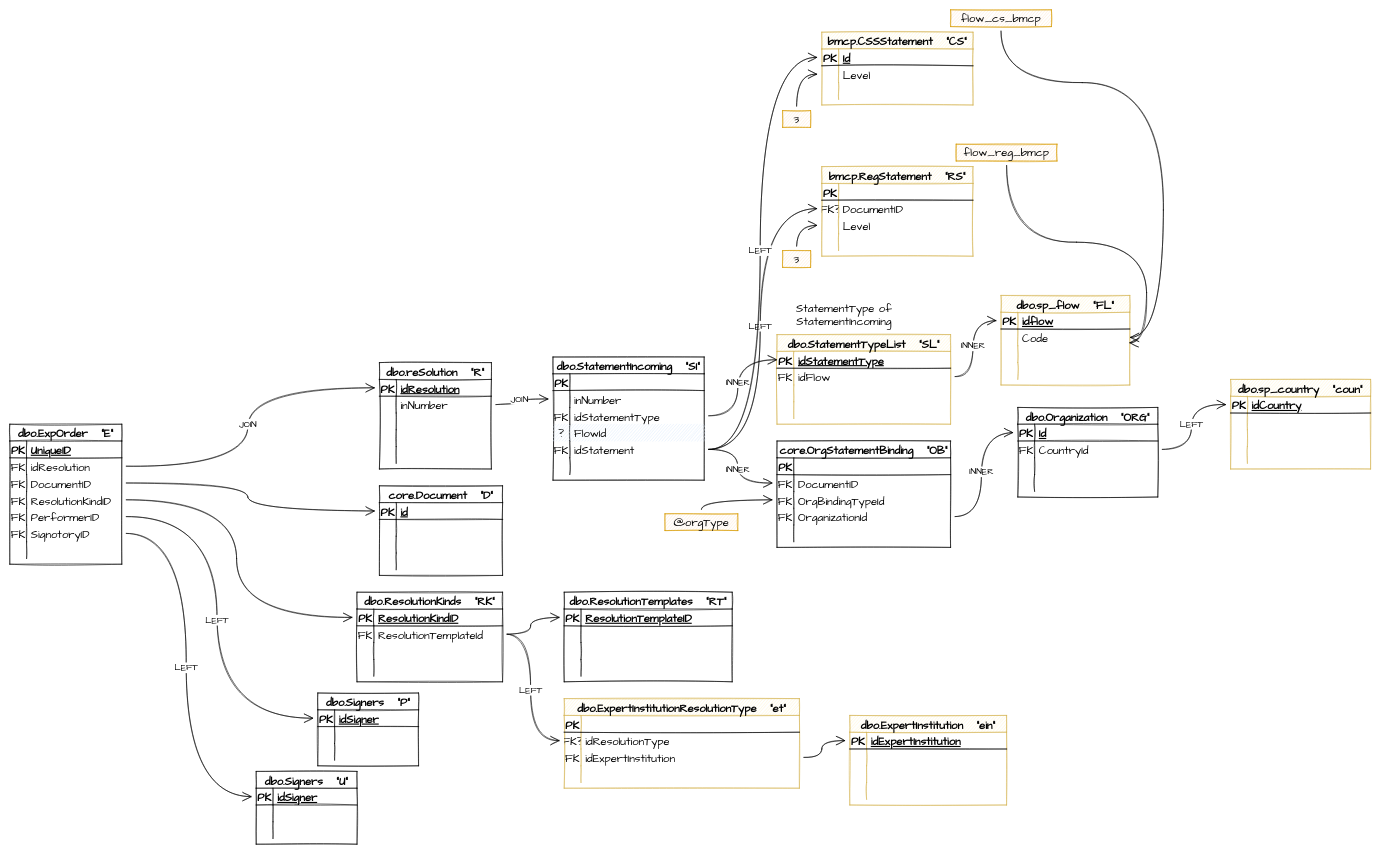
This is SQL/GRLS/dbo/StoredProc/GetRpTaskBMCP.sql/GetRpTaskBMCP.drawio from davyd0ff/so-line-grls, a draw.io file, before an edit. Source tidied: cells renumbered, new cells numbered last; positions are measured from the earlier drawing's top-left corner, leaving out a move shared by most shapes. Both pictures are drawn from the tidied source at 56%, with x=0, y=0 at pixel (10, 10).
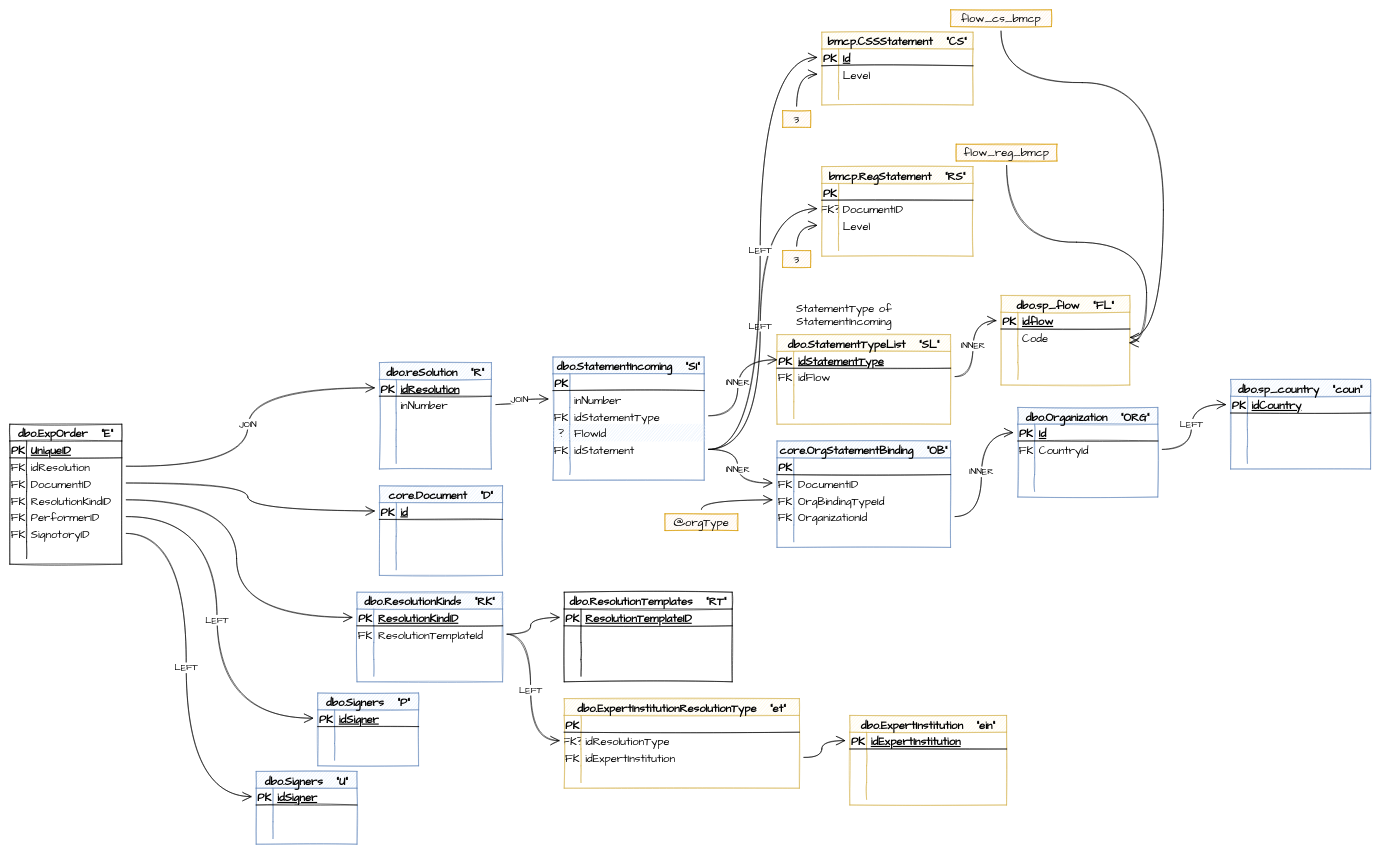
The same diagram, later.

What changed in the source:
```diff
@@
-    <mxCell id="24" value="dbo.reSolution   &quot;R&quot;" style="shape=table;startSize=30;childLayout=tableLayout;rowLines=0;fontStyle=1;align=center;sketch=1;hachureGap=4;fontFamily=Architects Daughter;fontSize=20;" parent="1" vertex="1">
+    <mxCell id="24" value="dbo.reSolution   &quot;R&quot;" style="shape=table;startSize=30;childLayout=tableLayout;rowLines=0;fontStyle=1;align=center;sketch=1;hachureGap=4;fontFamily=Architects Daughter;fontSize=20;fillColor=#dae8fc;strokeColor=#6c8ebf;" parent="1" vertex="1">
       <mxGeometry x="660" y="630" width="200" height="190" as="geometry" />
     </mxCell>
@@
-    <mxCell id="41" value="dbo.StatementIncoming   &quot;SI&quot;" style="shape=table;startSize=30;childLayout=tableLayout;rowLines=0;fontStyle=1;align=center;sketch=1;hachureGap=4;fontFamily=Architects Daughter;fontSize=20;" parent="1" vertex="1">
+    <mxCell id="41" value="dbo.StatementIncoming   &quot;SI&quot;" style="shape=table;startSize=30;childLayout=tableLayout;rowLines=0;fontStyle=1;align=center;sketch=1;hachureGap=4;fontFamily=Architects Daughter;fontSize=20;fillColor=#dae8fc;strokeColor=#6c8ebf;" parent="1" vertex="1">
       <mxGeometry x="970" y="620" width="270" height="220" as="geometry" />
     </mxCell>
@@
-    <mxCell id="76" value="core.Document   &quot;D&quot;" style="shape=table;startSize=30;childLayout=tableLayout;rowLines=0;fontStyle=1;align=center;sketch=1;hachureGap=4;fontFamily=Architects Daughter;fontSize=20;" parent="1" vertex="1">
+    <mxCell id="76" value="core.Document   &quot;D&quot;" style="shape=table;startSize=30;childLayout=tableLayout;rowLines=0;fontStyle=1;align=center;sketch=1;hachureGap=4;fontFamily=Architects Daughter;fontSize=20;fillColor=#dae8fc;strokeColor=#6c8ebf;" parent="1" vertex="1">
       <mxGeometry x="660" y="850" width="220" height="160" as="geometry" />
     </mxCell>
@@
-    <mxCell id="90" value="dbo.ResolutionKinds   &quot;RK&quot;" style="shape=table;startSize=30;childLayout=tableLayout;rowLines=0;fontStyle=1;align=center;sketch=1;hachureGap=4;fontFamily=Architects Daughter;fontSize=20;" parent="1" vertex="1">
+    <mxCell id="90" value="dbo.ResolutionKinds   &quot;RK&quot;" style="shape=table;startSize=30;childLayout=tableLayout;rowLines=0;fontStyle=1;align=center;sketch=1;hachureGap=4;fontFamily=Architects Daughter;fontSize=20;fillColor=#dae8fc;strokeColor=#6c8ebf;" parent="1" vertex="1">
       <mxGeometry x="620" y="1040" width="260" height="160" as="geometry" />
     </mxCell>
@@
-    <mxCell id="132" value="dbo.Signers   &quot;P&quot;" style="shape=table;startSize=30;childLayout=tableLayout;rowLines=0;fontStyle=1;align=center;sketch=1;hachureGap=4;fontFamily=Architects Daughter;fontSize=20;" parent="1" vertex="1">
+    <mxCell id="132" value="dbo.Signers   &quot;P&quot;" style="shape=table;startSize=30;childLayout=tableLayout;rowLines=0;fontStyle=1;align=center;sketch=1;hachureGap=4;fontFamily=Architects Daughter;fontSize=20;fillColor=#dae8fc;strokeColor=#6c8ebf;" parent="1" vertex="1">
       <mxGeometry x="550" y="1220" width="180" height="130" as="geometry" />
     </mxCell>
@@
-    <mxCell id="142" value="dbo.Signers   &quot;U&quot;" style="shape=table;startSize=30;childLayout=tableLayout;rowLines=0;fontStyle=1;align=center;sketch=1;hachureGap=4;fontFamily=Architects Daughter;fontSize=20;" parent="1" vertex="1">
+    <mxCell id="142" value="dbo.Signers   &quot;U&quot;" style="shape=table;startSize=30;childLayout=tableLayout;rowLines=0;fontStyle=1;align=center;sketch=1;hachureGap=4;fontFamily=Architects Daughter;fontSize=20;fillColor=#dae8fc;strokeColor=#6c8ebf;" parent="1" vertex="1">
       <mxGeometry x="440" y="1360" width="180" height="130" as="geometry" />
     </mxCell>
@@
-    <mxCell id="154" value="core.OrgStatementBinding   &quot;OB&quot;" style="shape=table;startSize=30;childLayout=tableLayout;rowLines=0;fontStyle=1;align=center;sketch=1;hachureGap=4;fontFamily=Architects Daughter;fontSize=20;" parent="1" vertex="1">
+    <mxCell id="154" value="core.OrgStatementBinding   &quot;OB&quot;" style="shape=table;startSize=30;childLayout=tableLayout;rowLines=0;fontStyle=1;align=center;sketch=1;hachureGap=4;fontFamily=Architects Daughter;fontSize=20;fillColor=#dae8fc;strokeColor=#6c8ebf;" parent="1" vertex="1">
       <mxGeometry x="1370" y="770" width="310" height="190" as="geometry" />
     </mxCell>
@@
-    <mxCell id="173" value="dbo.Organization   &quot;ORG&quot;" style="shape=table;startSize=30;childLayout=tableLayout;rowLines=0;fontStyle=1;align=center;sketch=1;hachureGap=4;fontFamily=Architects Daughter;fontSize=20;" parent="1" vertex="1">
+    <mxCell id="173" value="dbo.Organization   &quot;ORG&quot;" style="shape=table;startSize=30;childLayout=tableLayout;rowLines=0;fontStyle=1;align=center;sketch=1;hachureGap=4;fontFamily=Architects Daughter;fontSize=20;fillColor=#dae8fc;strokeColor=#6c8ebf;" parent="1" vertex="1">
       <mxGeometry x="1800" y="710" width="250" height="160" as="geometry" />
     </mxCell>
@@
-    <mxCell id="187" value="dbo.sp_country   &quot;coun&quot;" style="shape=table;startSize=30;childLayout=tableLayout;rowLines=0;fontStyle=1;align=center;sketch=1;hachureGap=4;fontFamily=Architects Daughter;fontSize=20;fillColor=#fff2cc;strokeColor=#d6b656;" parent="1" vertex="1">
+    <mxCell id="187" value="dbo.sp_country   &quot;coun&quot;" style="shape=table;startSize=30;childLayout=tableLayout;rowLines=0;fontStyle=1;align=center;sketch=1;hachureGap=4;fontFamily=Architects Daughter;fontSize=20;fillColor=#dae8fc;strokeColor=#6c8ebf;" parent="1" vertex="1">
       <mxGeometry x="2180" y="660" width="250" height="160" as="geometry" />
     </mxCell>
```
